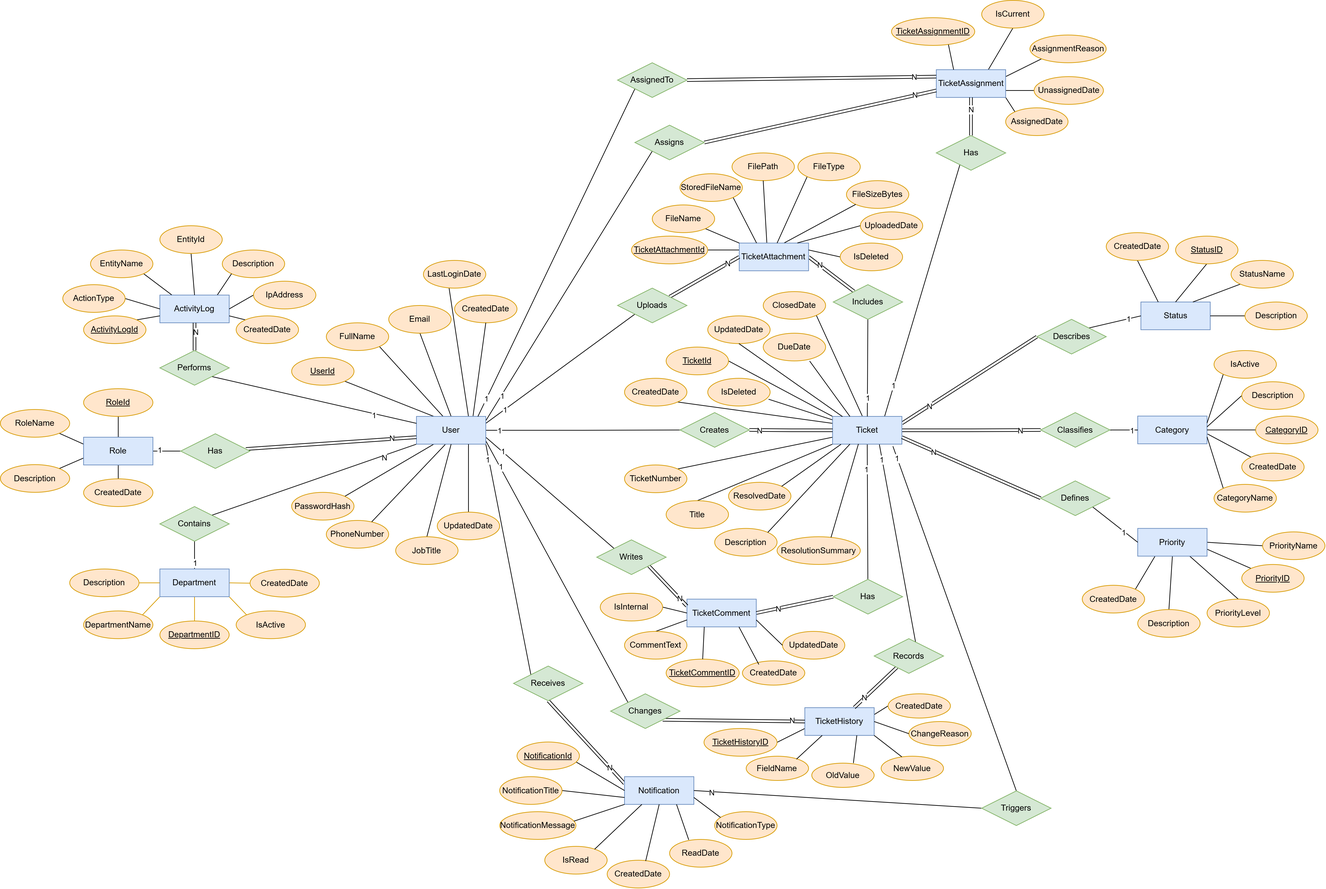
This is database/IT Management System ER Diagram.png from KareemN1936/TicketFlow, a draw.io export, as it was before one commit. Source tidied: cells renumbered, new cells last; positions are measured from the earlier drawing's top-left corner, leaving out a move shared by most shapes.
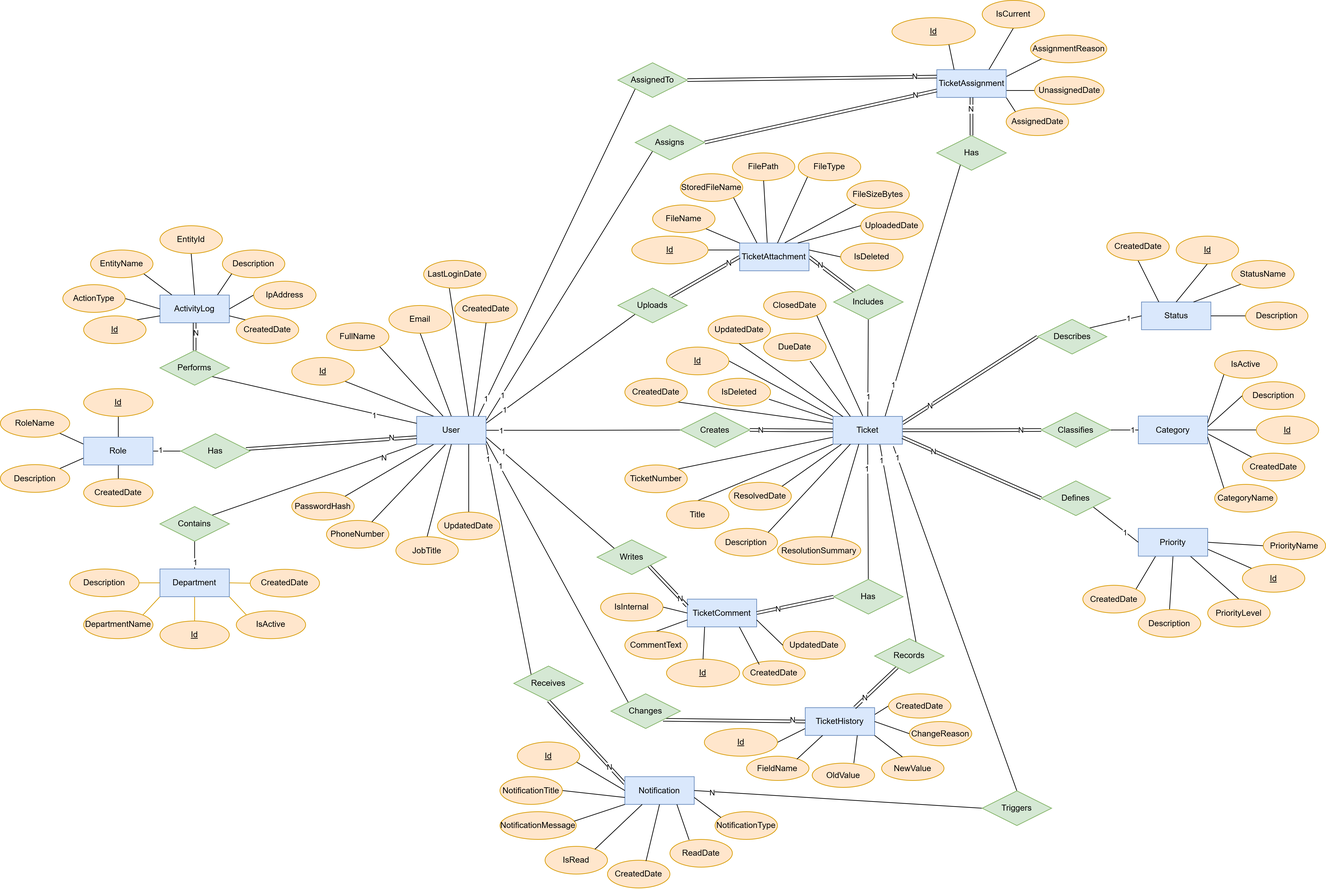
After the commit.

The edit, as a diff of the source:
```diff
@@ -447,10 +447,10 @@
     <mxCell id="139" value="CreatedDate" style="ellipse;whiteSpace=wrap;html=1;align=center;fillColor=#ffe6cc;strokeColor=#d79b00;" parent="1" vertex="1">
       <mxGeometry x="120" y="690" width="100" height="40" as="geometry" />
     </mxCell>
-    <mxCell id="140" value="RoleId" style="ellipse;whiteSpace=wrap;html=1;align=center;fontStyle=4;fillColor=#ffe6cc;strokeColor=#d79b00;" parent="1" vertex="1">
+    <mxCell id="140" value="Id" style="ellipse;whiteSpace=wrap;html=1;align=center;fontStyle=4;fillColor=#ffe6cc;strokeColor=#d79b00;" parent="1" vertex="1">
       <mxGeometry x="120" y="560" width="100" height="40" as="geometry" />
     </mxCell>
-    <mxCell id="141" value="DepartmentID" style="ellipse;whiteSpace=wrap;html=1;align=center;fontStyle=4;fillColor=#ffe6cc;strokeColor=#d79b00;" parent="1" vertex="1">
+    <mxCell id="141" value="Id" style="ellipse;whiteSpace=wrap;html=1;align=center;fontStyle=4;fillColor=#ffe6cc;strokeColor=#d79b00;" parent="1" vertex="1">
       <mxGeometry x="230" y="895" width="100" height="40" as="geometry" />
     </mxCell>
     <mxCell id="142" value="DepartmentName" style="ellipse;whiteSpace=wrap;html=1;align=center;fillColor=#ffe6cc;strokeColor=#d79b00;" parent="1" vertex="1">
@@ -465,7 +465,7 @@
     <mxCell id="145" value="CreatedDate" style="ellipse;whiteSpace=wrap;html=1;align=center;fillColor=#ffe6cc;strokeColor=#d79b00;" parent="1" vertex="1">
       <mxGeometry x="360" y="820.5" width="100" height="40" as="geometry" />
     </mxCell>
-    <mxCell id="146" value="UserId" style="ellipse;whiteSpace=wrap;html=1;align=center;fontStyle=4;fillColor=#ffe6cc;strokeColor=#d79b00;" parent="1" vertex="1">
+    <mxCell id="146" value="Id" style="ellipse;whiteSpace=wrap;html=1;align=center;fontStyle=4;fillColor=#ffe6cc;strokeColor=#d79b00;" parent="1" vertex="1">
       <mxGeometry x="420" y="515" width="90" height="40" as="geometry" />
     </mxCell>
     <mxCell id="147" value="FullName" style="ellipse;whiteSpace=wrap;html=1;align=center;fillColor=#ffe6cc;strokeColor=#d79b00;" parent="1" vertex="1">
@@ -507,7 +507,7 @@
     <mxCell id="159" style="rounded=0;jettySize=auto;html=1;exitX=0;exitY=0.5;exitDx=0;exitDy=0;entryX=1;entryY=0.5;entryDx=0;entryDy=0;endArrow=none;endFill=0;" parent="1" edge="1" source="160" target="35">
       <mxGeometry relative="1" as="geometry" />
     </mxCell>
-    <mxCell id="160" value="CategoryID" style="ellipse;whiteSpace=wrap;html=1;align=center;fontStyle=4;fillColor=#ffe6cc;strokeColor=#d79b00;" parent="1" vertex="1">
+    <mxCell id="160" value="Id" style="ellipse;whiteSpace=wrap;html=1;align=center;fontStyle=4;fillColor=#ffe6cc;strokeColor=#d79b00;" parent="1" vertex="1">
       <mxGeometry x="1810" y="599.5" width="90" height="40" as="geometry" />
     </mxCell>
     <mxCell id="161" style="rounded=0;jettySize=auto;html=1;exitX=0;exitY=0.5;exitDx=0;exitDy=0;entryX=1;entryY=0.388;entryDx=0;entryDy=0;entryPerimeter=0;endArrow=none;endFill=0;" parent="1" edge="1" source="162" target="35">
@@ -534,7 +534,7 @@
     <mxCell id="168" value="CreatedDate" style="ellipse;whiteSpace=wrap;html=1;align=center;fillColor=#ffe6cc;strokeColor=#d79b00;" parent="1" vertex="1">
       <mxGeometry x="1790" y="653" width="90" height="40" as="geometry" />
     </mxCell>
-    <mxCell id="169" value="PriorityID" style="ellipse;whiteSpace=wrap;html=1;align=center;fontStyle=4;fillColor=#ffe6cc;strokeColor=#d79b00;" parent="1" vertex="1">
+    <mxCell id="169" value="Id" style="ellipse;whiteSpace=wrap;html=1;align=center;fontStyle=4;fillColor=#ffe6cc;strokeColor=#d79b00;" parent="1" vertex="1">
       <mxGeometry x="1790" y="813.5" width="90" height="40" as="geometry" />
     </mxCell>
     <mxCell id="170" value="PriorityName" style="ellipse;whiteSpace=wrap;html=1;align=center;fillColor=#ffe6cc;strokeColor=#d79b00;" parent="1" vertex="1">
@@ -558,7 +558,7 @@
     <mxCell id="176" style="rounded=0;jettySize=auto;html=1;exitX=0.5;exitY=1;exitDx=0;exitDy=0;entryX=0.5;entryY=0;entryDx=0;entryDy=0;endArrow=none;endFill=0;" parent="1" edge="1" source="177" target="42">
       <mxGeometry relative="1" as="geometry" />
     </mxCell>
-    <mxCell id="177" value="StatusID" style="ellipse;whiteSpace=wrap;html=1;align=center;fontStyle=4;fillColor=#ffe6cc;strokeColor=#d79b00;" parent="1" vertex="1">
+    <mxCell id="177" value="Id" style="ellipse;whiteSpace=wrap;html=1;align=center;fontStyle=4;fillColor=#ffe6cc;strokeColor=#d79b00;" parent="1" vertex="1">
       <mxGeometry x="1694.6" y="340" width="90" height="40" as="geometry" />
     </mxCell>
     <mxCell id="178" style="rounded=0;jettySize=auto;html=1;exitX=0;exitY=0.5;exitDx=0;exitDy=0;entryX=1;entryY=0.5;entryDx=0;entryDy=0;endArrow=none;endFill=0;" parent="1" edge="1" source="179" target="42">
@@ -573,7 +573,7 @@
     <mxCell id="181" value="CreatedDate" style="ellipse;whiteSpace=wrap;html=1;align=center;fillColor=#ffe6cc;strokeColor=#d79b00;" parent="1" vertex="1">
       <mxGeometry x="1594.6" y="335" width="90" height="40" as="geometry" />
     </mxCell>
-    <mxCell id="182" value="TicketId" style="ellipse;whiteSpace=wrap;html=1;align=center;fontStyle=4;fillColor=#ffe6cc;strokeColor=#d79b00;" parent="1" vertex="1">
+    <mxCell id="182" value="Id" style="ellipse;whiteSpace=wrap;html=1;align=center;fontStyle=4;fillColor=#ffe6cc;strokeColor=#d79b00;" parent="1" vertex="1">
       <mxGeometry x="960" y="500" width="90" height="40" as="geometry" />
     </mxCell>
     <mxCell id="183" value="TicketNumber" style="ellipse;whiteSpace=wrap;html=1;align=center;fillColor=#ffe6cc;strokeColor=#d79b00;" parent="1" vertex="1">
@@ -621,7 +621,7 @@
     <mxCell id="197" style="rounded=0;jettySize=auto;html=1;exitX=0.648;exitY=0.023;exitDx=0;exitDy=0;entryX=0.373;entryY=0.993;entryDx=0;entryDy=0;entryPerimeter=0;exitPerimeter=0;endArrow=none;endFill=0;" parent="1" edge="1" source="186" target="60">
       <mxGeometry relative="1" as="geometry" />
     </mxCell>
-    <mxCell id="198" value="TicketAssignmentID" style="ellipse;whiteSpace=wrap;html=1;align=center;fontStyle=4;fillColor=#ffe6cc;strokeColor=#d79b00;" parent="1" vertex="1">
+    <mxCell id="198" value="Id" style="ellipse;whiteSpace=wrap;html=1;align=center;fontStyle=4;fillColor=#ffe6cc;strokeColor=#d79b00;" parent="1" vertex="1">
       <mxGeometry x="1285" y="25" width="120" height="40" as="geometry" />
     </mxCell>
     <mxCell id="199" value="AssignedDate" style="ellipse;whiteSpace=wrap;html=1;align=center;fillColor=#ffe6cc;strokeColor=#d79b00;" parent="1" vertex="1">
@@ -645,7 +645,7 @@
     <mxCell id="205" value="CommentText" style="ellipse;whiteSpace=wrap;html=1;align=center;fillColor=#ffe6cc;strokeColor=#d79b00;" parent="1" vertex="1">
       <mxGeometry x="900" y="910" width="90" height="40" as="geometry" />
     </mxCell>
-    <mxCell id="206" value="TicketCommentID" style="ellipse;whiteSpace=wrap;html=1;align=center;fontStyle=4;fillColor=#ffe6cc;strokeColor=#d79b00;" parent="1" vertex="1">
+    <mxCell id="206" value="Id" style="ellipse;whiteSpace=wrap;html=1;align=center;fontStyle=4;fillColor=#ffe6cc;strokeColor=#d79b00;" parent="1" vertex="1">
       <mxGeometry x="960" y="950" width="105.4" height="40" as="geometry" />
     </mxCell>
     <mxCell id="207" value="CreatedDate" style="ellipse;whiteSpace=wrap;html=1;align=center;fillColor=#ffe6cc;strokeColor=#d79b00;" parent="1" vertex="1">
@@ -669,7 +669,7 @@
     <mxCell id="213" value="FileName" style="ellipse;whiteSpace=wrap;html=1;align=center;fillColor=#ffe6cc;strokeColor=#d79b00;" parent="1" vertex="1">
       <mxGeometry x="940" y="295" width="90" height="40" as="geometry" />
     </mxCell>
-    <mxCell id="214" value="TicketAttachmentId" style="ellipse;whiteSpace=wrap;html=1;align=center;fontStyle=4;fillColor=#ffe6cc;strokeColor=#d79b00;" parent="1" vertex="1">
+    <mxCell id="214" value="Id" style="ellipse;whiteSpace=wrap;html=1;align=center;fontStyle=4;fillColor=#ffe6cc;strokeColor=#d79b00;" parent="1" vertex="1">
       <mxGeometry x="910" y="340" width="110" height="40" as="geometry" />
     </mxCell>
     <mxCell id="215" style="rounded=0;jettySize=auto;html=1;exitX=1;exitY=1;exitDx=0;exitDy=0;entryX=0.25;entryY=0;entryDx=0;entryDy=0;endArrow=none;endFill=0;" parent="1" edge="1" source="216" target="70">
@@ -708,7 +708,7 @@
     <mxCell id="226" style="rounded=0;jettySize=auto;html=1;exitX=0;exitY=0.5;exitDx=0;exitDy=0;entryX=0.839;entryY=-0.004;entryDx=0;entryDy=0;entryPerimeter=0;endArrow=none;endFill=0;" parent="1" edge="1" source="221" target="70">
       <mxGeometry relative="1" as="geometry" />
     </mxCell>
-    <mxCell id="227" value="NotificationId" style="ellipse;whiteSpace=wrap;html=1;align=center;fontStyle=4;fillColor=#ffe6cc;strokeColor=#d79b00;" parent="1" vertex="1">
+    <mxCell id="227" value="Id" style="ellipse;whiteSpace=wrap;html=1;align=center;fontStyle=4;fillColor=#ffe6cc;strokeColor=#d79b00;" parent="1" vertex="1">
       <mxGeometry x="745" y="1069.5" width="90" height="40" as="geometry" />
     </mxCell>
     <mxCell id="228" style="rounded=0;jettySize=auto;html=1;exitX=1;exitY=0.5;exitDx=0;exitDy=0;entryX=0;entryY=0.75;entryDx=0;entryDy=0;endArrow=none;endFill=0;" parent="1" edge="1" source="229" target="73">
@@ -750,7 +750,7 @@
     <mxCell id="240" style="rounded=0;jettySize=auto;html=1;exitX=1;exitY=0.75;exitDx=0;exitDy=0;entryX=0.093;entryY=0.207;entryDx=0;entryDy=0;entryPerimeter=0;endArrow=none;endFill=0;" parent="1" edge="1" source="73" target="232">
       <mxGeometry relative="1" as="geometry" />
     </mxCell>
-    <mxCell id="241" value="TicketHistoryID" style="ellipse;whiteSpace=wrap;html=1;align=center;fontStyle=4;fillColor=#ffe6cc;strokeColor=#d79b00;" parent="1" vertex="1">
+    <mxCell id="241" value="Id" style="ellipse;whiteSpace=wrap;html=1;align=center;fontStyle=4;fillColor=#ffe6cc;strokeColor=#d79b00;" parent="1" vertex="1">
       <mxGeometry x="1014.6" y="1050" width="105.4" height="40" as="geometry" />
     </mxCell>
     <mxCell id="242" value="FieldName" style="ellipse;whiteSpace=wrap;html=1;align=center;fillColor=#ffe6cc;strokeColor=#d79b00;" parent="1" vertex="1">
@@ -783,7 +783,7 @@
     <mxCell id="251" style="rounded=0;jettySize=auto;html=1;exitX=1;exitY=0;exitDx=0;exitDy=0;entryX=0;entryY=0.75;entryDx=0;entryDy=0;endArrow=none;endFill=0;" parent="1" edge="1" source="252" target="77">
       <mxGeometry relative="1" as="geometry" />
     </mxCell>
-    <mxCell id="252" value="ActivityLogId" style="ellipse;whiteSpace=wrap;html=1;align=center;fontStyle=4;fillColor=#ffe6cc;strokeColor=#d79b00;" parent="1" vertex="1">
+    <mxCell id="252" value="Id" style="ellipse;whiteSpace=wrap;html=1;align=center;fontStyle=4;fillColor=#ffe6cc;strokeColor=#d79b00;" parent="1" vertex="1">
       <mxGeometry x="120" y="455" width="90" height="40" as="geometry" />
     </mxCell>
     <mxCell id="253" style="rounded=0;jettySize=auto;html=1;exitX=1;exitY=0.5;exitDx=0;exitDy=0;entryX=0;entryY=0.5;entryDx=0;entryDy=0;endArrow=none;endFill=0;" parent="1" edge="1" source="254" target="77">
```
